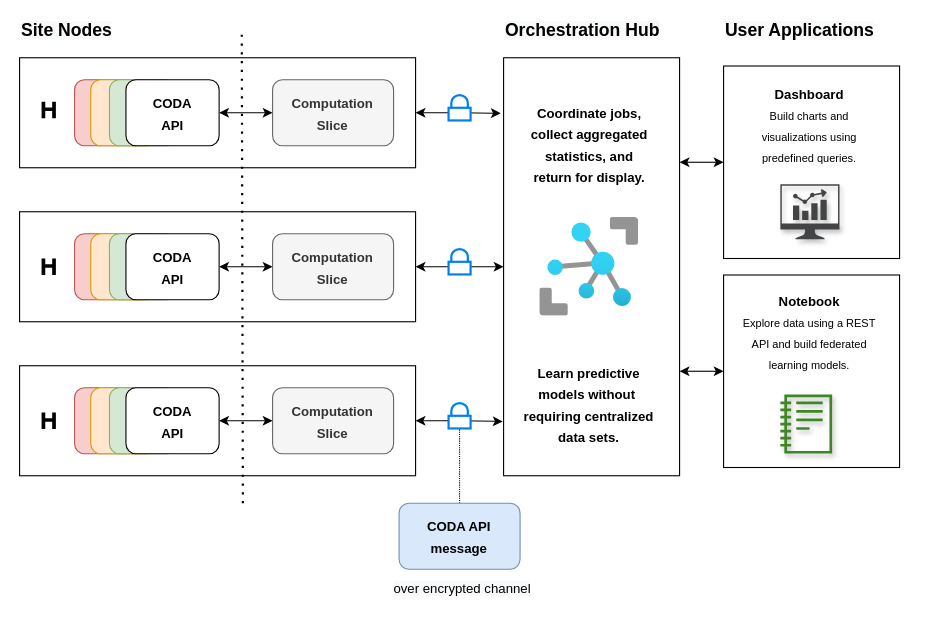
This is drawio/data-aggregation.drawio from coda-platform/charts-and-figures, a draw.io file, before an edit. Source tidied: cells renumbered, new cells numbered last; positions are measured from the earlier drawing's top-left corner, leaving out a move shared by most shapes. Both pictures are drawn from the tidied source at 110%, with x=0, y=0 at pixel (19, 19).
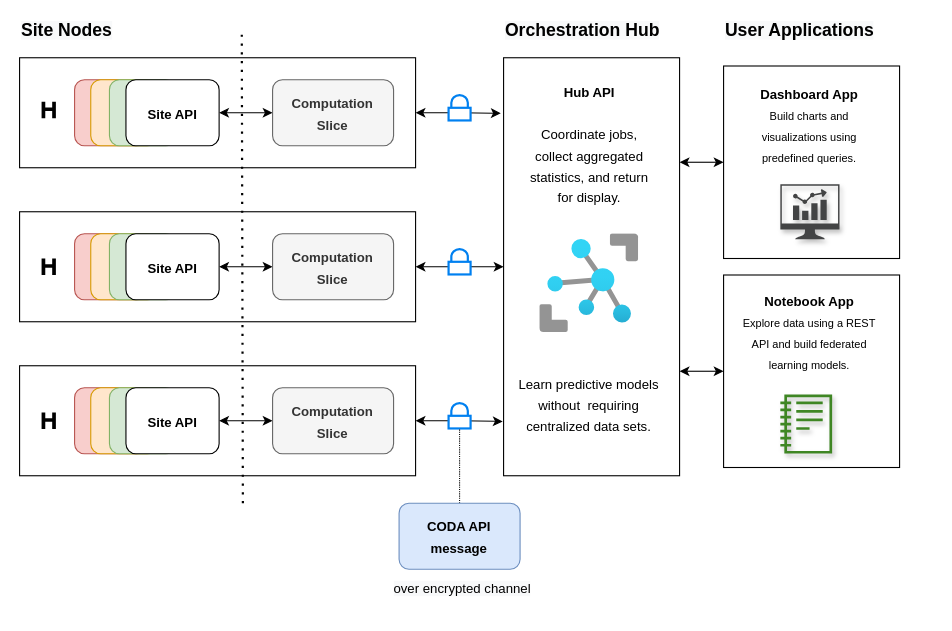
The same diagram, later.

The edit, as a diff of the source:
```diff
@@
-    <mxCell id="9" value="&lt;b style=&quot;font-size: 12px&quot;&gt;CODA&lt;br&gt;API&lt;br&gt;&lt;/b&gt;" style="rounded=1;whiteSpace=wrap;html=1;fontSize=16;align=center;" parent="1" vertex="1">
+    <mxCell id="9" value="&lt;b style=&quot;font-size: 12px&quot;&gt;Site API&lt;br&gt;&lt;/b&gt;" style="rounded=1;whiteSpace=wrap;html=1;fontSize=16;align=center;" parent="1" vertex="1">
       <mxGeometry x="97" y="55" width="84.7" height="60" as="geometry" />
     </mxCell>
@@
-    <mxCell id="25" value="&lt;b style=&quot;font-size: 12px&quot;&gt;CODA&lt;br&gt;API&lt;br&gt;&lt;/b&gt;" style="rounded=1;whiteSpace=wrap;html=1;fontSize=16;align=center;" parent="1" vertex="1">
+    <mxCell id="25" value="&lt;b style=&quot;font-size: 12px;&quot;&gt;Site API&lt;/b&gt;&lt;b style=&quot;font-size: 12px&quot;&gt;&lt;br&gt;&lt;/b&gt;" style="rounded=1;whiteSpace=wrap;html=1;fontSize=16;align=center;" parent="1" vertex="1">
       <mxGeometry x="97" y="195" width="84.7" height="60" as="geometry" />
     </mxCell>
@@
-    <mxCell id="27" value="&lt;b style=&quot;font-size: 12px&quot;&gt;CODA&lt;br&gt;API&lt;br&gt;&lt;/b&gt;" style="rounded=1;whiteSpace=wrap;html=1;fontSize=16;align=center;" parent="1" vertex="1">
+    <mxCell id="27" value="&lt;b style=&quot;font-size: 12px;&quot;&gt;Site API&lt;/b&gt;&lt;b style=&quot;font-size: 12px&quot;&gt;&lt;br&gt;&lt;/b&gt;" style="rounded=1;whiteSpace=wrap;html=1;fontSize=16;align=center;" parent="1" vertex="1">
       <mxGeometry x="97" y="335" width="84.7" height="60" as="geometry" />
     </mxCell>
@@
     <mxCell id="36" style="html=1;align=center;image;fontSize=12;image=img/lib/azure2/iot/IoT_Hub.svg;" parent="1" vertex="1">
-      <mxGeometry x="473.3" y="180" width="90" height="90" as="geometry" />
+      <mxGeometry x="473.3" y="195" width="90" height="90" as="geometry" />
     </mxCell>
@@
-    <mxCell id="42" value="&lt;b style=&quot;color: rgb(0, 0, 0); font-family: helvetica; font-size: 12px; font-style: normal; letter-spacing: normal; text-align: center; text-indent: 0px; text-transform: none; word-spacing: 0px;&quot;&gt;Coordinate jobs, collect aggregated statistics, and return for display.&lt;br&gt;&lt;/b&gt;" style="text;html=1;strokeColor=none;fillColor=none;align=center;verticalAlign=middle;whiteSpace=wrap;rounded=0;fontSize=16;" parent="1" vertex="1">
+    <mxCell id="42" value="&lt;span style=&quot;color: rgb(0, 0, 0); font-family: helvetica; font-size: 12px; font-style: normal; letter-spacing: normal; text-align: center; text-indent: 0px; text-transform: none; word-spacing: 0px;&quot;&gt;&lt;b&gt;Hub API&lt;/b&gt;&lt;br&gt;&lt;br&gt;Coordinate jobs, collect aggregated statistics, and return for display.&lt;br&gt;&lt;/span&gt;" style="text;html=1;strokeColor=none;fillColor=none;align=center;verticalAlign=middle;whiteSpace=wrap;rounded=0;fontSize=16;" parent="1" vertex="1">
       <mxGeometry x="459.8" y="55" width="117" height="115" as="geometry" />
     </mxCell>
-    <mxCell id="43" value="&lt;span style=&quot;color: rgb(0, 0, 0); font-family: helvetica; font-style: normal; letter-spacing: normal; text-align: center; text-indent: 0px; text-transform: none; word-spacing: 0px;&quot;&gt;&lt;b style=&quot;&quot;&gt;&lt;font style=&quot;font-size: 12px;&quot;&gt;Dashboard&lt;/font&gt;&lt;/b&gt;&lt;br&gt;&lt;span style=&quot;font-size: 10px;&quot;&gt;Build charts and visualizations using predefined queries.&lt;/span&gt;&lt;br&gt;&lt;br&gt;&lt;/span&gt;" style="text;html=1;strokeColor=none;fillColor=none;align=center;verticalAlign=middle;whiteSpace=wrap;rounded=0;fontSize=16;" parent="1" vertex="1">
+    <mxCell id="43" value="&lt;span style=&quot;color: rgb(0, 0, 0); font-family: helvetica; font-style: normal; letter-spacing: normal; text-align: center; text-indent: 0px; text-transform: none; word-spacing: 0px;&quot;&gt;&lt;b style=&quot;&quot;&gt;&lt;font style=&quot;font-size: 12px;&quot;&gt;Dashboard App&lt;/font&gt;&lt;/b&gt;&lt;br&gt;&lt;span style=&quot;font-size: 10px;&quot;&gt;Build charts and visualizations using predefined queries.&lt;/span&gt;&lt;br&gt;&lt;br&gt;&lt;/span&gt;" style="text;html=1;strokeColor=none;fillColor=none;align=center;verticalAlign=middle;whiteSpace=wrap;rounded=0;fontSize=16;" parent="1" vertex="1">
       <mxGeometry x="660.3" y="40" width="117" height="130" as="geometry" />
     </mxCell>
-    <mxCell id="44" value="&lt;b style=&quot;color: rgb(0, 0, 0); font-family: helvetica; font-size: 12px; font-style: normal; letter-spacing: normal; text-align: center; text-indent: 0px; text-transform: none; word-spacing: 0px;&quot;&gt;Learn predictive models without&amp;nbsp; requiring centralized data sets.&lt;br&gt;&lt;/b&gt;" style="text;html=1;strokeColor=none;fillColor=none;align=center;verticalAlign=middle;whiteSpace=wrap;rounded=0;fontSize=16;" parent="1" vertex="1">
+    <mxCell id="44" value="&lt;span style=&quot;color: rgb(0, 0, 0); font-family: helvetica; font-size: 12px; font-style: normal; letter-spacing: normal; text-align: center; text-indent: 0px; text-transform: none; word-spacing: 0px;&quot;&gt;Learn predictive models without&amp;nbsp; requiring centralized data sets.&lt;br&gt;&lt;/span&gt;" style="text;html=1;strokeColor=none;fillColor=none;align=center;verticalAlign=middle;whiteSpace=wrap;rounded=0;fontSize=16;" parent="1" vertex="1">
       <mxGeometry x="453.3" y="292.5" width="130" height="115" as="geometry" />
     </mxCell>
@@
-    <mxCell id="49" value="&lt;span style=&quot;color: rgb(0, 0, 0); font-family: helvetica; font-style: normal; letter-spacing: normal; text-align: center; text-indent: 0px; text-transform: none; word-spacing: 0px;&quot;&gt;&lt;b style=&quot;&quot;&gt;&lt;font style=&quot;font-size: 12px;&quot;&gt;Notebook&lt;/font&gt;&lt;/b&gt;&lt;br&gt;&lt;span style=&quot;font-size: 10px;&quot;&gt;Explore data using a REST API and build federated learning models.&lt;/span&gt;&lt;br&gt;&lt;br&gt;&lt;/span&gt;" style="text;html=1;strokeColor=none;fillColor=none;align=center;verticalAlign=middle;whiteSpace=wrap;rounded=0;fontSize=16;" parent="1" vertex="1">
+    <mxCell id="49" value="&lt;span style=&quot;color: rgb(0, 0, 0); font-family: helvetica; font-style: normal; letter-spacing: normal; text-align: center; text-indent: 0px; text-transform: none; word-spacing: 0px;&quot;&gt;&lt;b style=&quot;&quot;&gt;&lt;font style=&quot;font-size: 12px;&quot;&gt;Notebook App&lt;/font&gt;&lt;/b&gt;&lt;br&gt;&lt;span style=&quot;font-size: 10px;&quot;&gt;Explore data using a REST API and build federated learning models.&lt;/span&gt;&lt;br&gt;&lt;br&gt;&lt;/span&gt;" style="text;html=1;strokeColor=none;fillColor=none;align=center;verticalAlign=middle;whiteSpace=wrap;rounded=0;fontSize=16;" parent="1" vertex="1">
       <mxGeometry x="655.2" y="227.5" width="127.3" height="130" as="geometry" />
     </mxCell>
```
